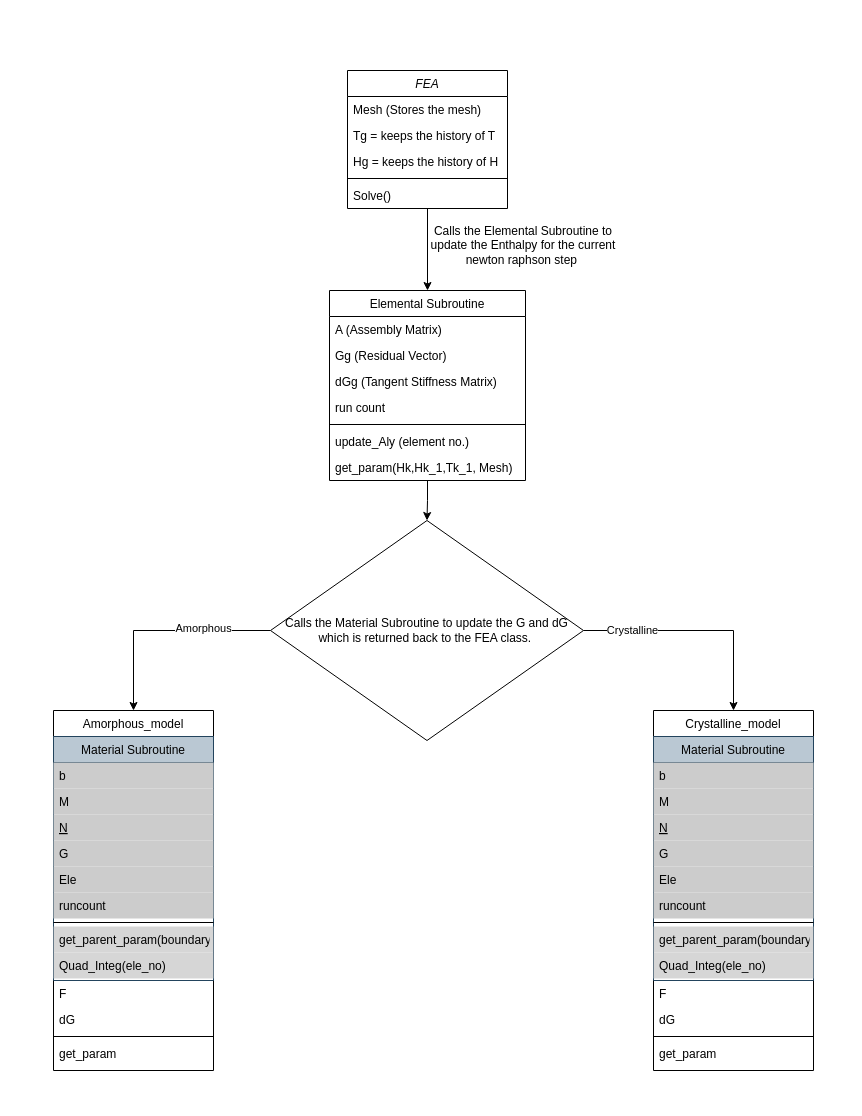
Earlier version of the draw.io diagram Over_View.drawio (okolekar/PPP). Source tidied: cells renumbered, new cells numbered last; positions are measured from the earlier drawing's top-left corner, leaving out a move shared by most shapes. Both pictures are drawn from the tidied source at 100%, with x=0, y=0 at pixel (53, 70).
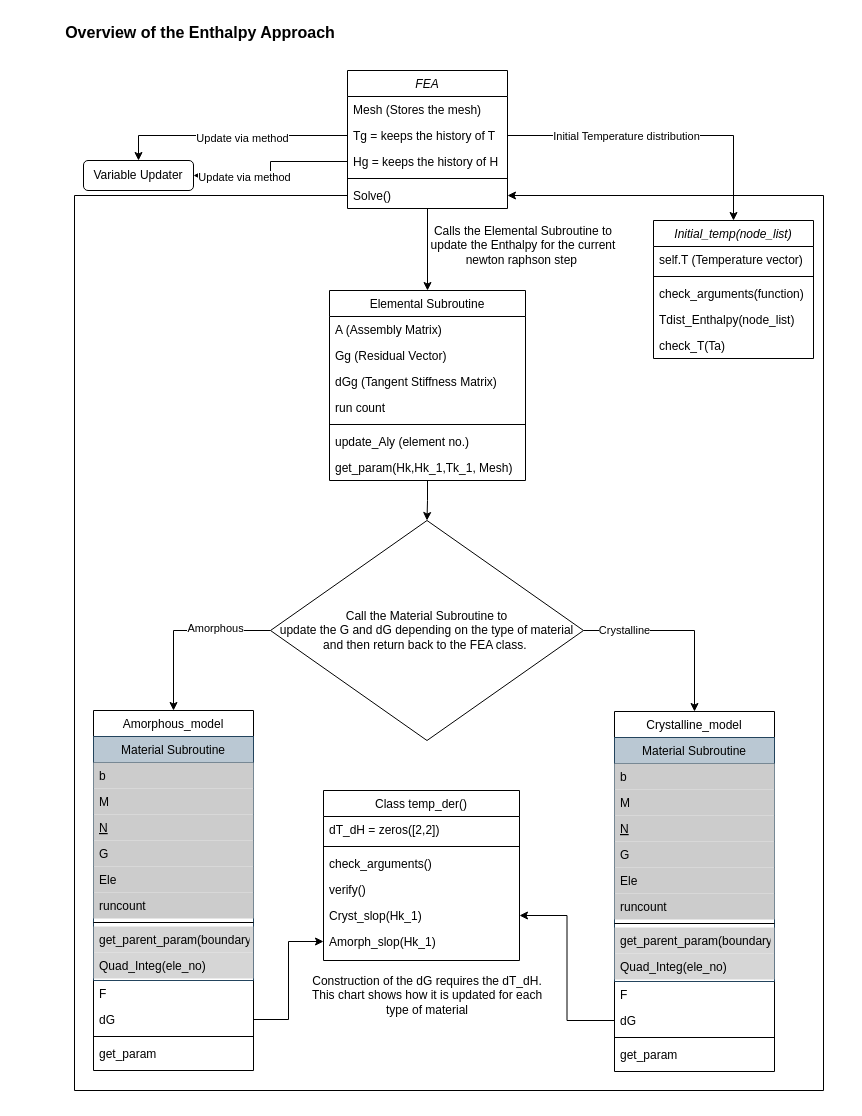
The same diagram, later.

The change refers to these unchanged cells:
```xml
<mxCell id="21" value="dG" style="text;align=left;verticalAlign=top;spacingLeft=4;spacingRight=4;overflow=hidden;points=[[0,0.5],[1,0.5]];portConstraint=eastwest;rounded=0;shadow=0;html=0;" parent="9" vertex="1">
  <mxGeometry y="296" width="160" height="26" as="geometry" />
</mxCell>
<mxCell id="46" value="dG" style="text;align=left;verticalAlign=top;spacingLeft=4;spacingRight=4;overflow=hidden;points=[[0,0.5],[1,0.5]];portConstraint=eastwest;rounded=0;shadow=0;html=0;" parent="34" vertex="1">
  <mxGeometry y="296" width="160" height="26" as="geometry" />
</mxCell>
```

Change to the diagram source:
```diff
@@
-    <mxCell id="3" value="FEA" style="swimlane;fontStyle=2;align=center;verticalAlign=top;horizontal=1;startSize=26;rounded=0;shadow=0;strokeWidth=1;" parent="1" vertex="1">
-      <mxGeometry x="294" width="160" height="138" as="geometry" />
-    </mxCell>
-    <mxCell id="4" value="Mesh (Stores the mesh)" style="text;align=left;verticalAlign=top;spacingLeft=4;spacingRight=4;overflow=hidden;" parent="3" vertex="1">
-      <mxGeometry y="26" width="160" height="26" as="geometry" />
-    </mxCell>
-    <mxCell id="5" value="Tg = keeps the history of T" style="text;align=left;verticalAlign=top;spacingLeft=4;spacingRight=4;overflow=hidden;points=[[0,0.5],[1,0.5]];portConstraint=eastwest;rounded=0;shadow=0;html=0;" parent="3" vertex="1">
-      <mxGeometry y="52" width="160" height="26" as="geometry" />
-    </mxCell>
-    <mxCell id="6" value="Hg = keeps the history of H" style="text;align=left;verticalAlign=top;spacingLeft=4;spacingRight=4;overflow=hidden;points=[[0,0.5],[1,0.5]];portConstraint=eastwest;rounded=0;shadow=0;html=0;" parent="3" vertex="1">
-      <mxGeometry y="78" width="160" height="26" as="geometry" />
-    </mxCell>
-    <mxCell id="7" style="line;html=1;strokeWidth=1;align=left;verticalAlign=middle;spacingTop=-1;spacingLeft=3;spacingRight=3;labelPosition=right;" parent="3" vertex="1">
-      <mxGeometry y="104" width="160" height="8" as="geometry" />
-    </mxCell>
-    <mxCell id="8" value="Solve()" style="text;align=left;verticalAlign=top;spacingLeft=4;spacingRight=4;overflow=hidden;points=[[0,0.5],[1,0.5]];portConstraint=eastwest;" parent="3" vertex="1">
-      <mxGeometry y="112" width="160" height="26" as="geometry" />
-    </mxCell>
     <mxCell id="9" value="Amorphous_model" style="swimlane;fontStyle=0;align=center;verticalAlign=top;horizontal=1;startSize=26;rounded=0;shadow=0;strokeWidth=1;" parent="1" vertex="1">
-      <mxGeometry y="640" width="160" height="360" as="geometry" />
+      <mxGeometry x="40" y="640" width="160" height="360" as="geometry" />
     </mxCell>
@@
     <mxCell id="34" value="Crystalline_model" style="swimlane;fontStyle=0;align=center;verticalAlign=top;horizontal=1;startSize=26;rounded=0;shadow=0;strokeWidth=1;" parent="1" vertex="1">
-      <mxGeometry x="600" y="640" width="160" height="360" as="geometry" />
+      <mxGeometry x="561" y="641" width="160" height="360" as="geometry" />
     </mxCell>
@@
-    <mxCell id="53" value="Calls the Material Subroutine to update the G and dG which is returned back to the FEA class.&amp;nbsp;" style="rhombus;whiteSpace=wrap;html=1;" parent="1" vertex="1">
+    <mxCell id="53" value="Call the Material Subroutine to &lt;br&gt;update the G and dG depending on the type of material and then return back to the FEA class.&amp;nbsp;" style="rhombus;whiteSpace=wrap;html=1;" parent="1" vertex="1">
       <mxGeometry x="217" y="450" width="313" height="220" as="geometry" />
     </mxCell>
+    <mxCell id="54" style="edgeStyle=orthogonalEdgeStyle;rounded=0;jettySize=auto;html=1;entryX=0.5;entryY=0;entryDx=0;entryDy=0;" parent="1" edge="1" source="5" target="62">
+      <mxGeometry relative="1" as="geometry" />
+    </mxCell>
+    <mxCell id="55" value="Initial Temperature distribution" style="edgeLabel;html=1;align=center;verticalAlign=middle;" parent="54" vertex="1">
+      <mxGeometry x="-0.62" y="1" relative="1" as="geometry">
+        <mxPoint x="59" y="1" as="offset" />
+      </mxGeometry>
+    </mxCell>
+    <mxCell id="56" value="Variable Updater" style="rounded=1;whiteSpace=wrap;html=1;" parent="1" vertex="1">
+      <mxGeometry x="30" y="90" width="110" height="30" as="geometry" />
+    </mxCell>
+    <mxCell id="57" style="edgeStyle=orthogonalEdgeStyle;rounded=0;jettySize=auto;html=1;entryX=0.5;entryY=0;entryDx=0;entryDy=0;" parent="1" edge="1" source="5" target="56">
+      <mxGeometry relative="1" as="geometry" />
+    </mxCell>
+    <mxCell id="58" value="Update via method" style="edgeLabel;html=1;align=center;verticalAlign=middle;" parent="57" vertex="1">
+      <mxGeometry x="-0.09" y="2" relative="1" as="geometry" />
+    </mxCell>
+    <mxCell id="59" style="edgeStyle=orthogonalEdgeStyle;rounded=0;jettySize=auto;html=1;exitX=0;exitY=0.5;exitDx=0;exitDy=0;entryX=1;entryY=0.5;entryDx=0;entryDy=0;" parent="1" edge="1" source="6" target="56">
+      <mxGeometry relative="1" as="geometry" />
+    </mxCell>
+    <mxCell id="60" value="Update via method" style="edgeLabel;html=1;align=center;verticalAlign=middle;" parent="59" vertex="1">
+      <mxGeometry x="0.4" y="1" relative="1" as="geometry" />
+    </mxCell>
+    <mxCell id="3" value="FEA" style="swimlane;fontStyle=2;align=center;verticalAlign=top;horizontal=1;startSize=26;rounded=0;shadow=0;strokeWidth=1;" parent="1" vertex="1">
+      <mxGeometry x="294" width="160" height="138" as="geometry" />
+    </mxCell>
+    <mxCell id="4" value="Mesh (Stores the mesh)" style="text;align=left;verticalAlign=top;spacingLeft=4;spacingRight=4;overflow=hidden;" parent="3" vertex="1">
+      <mxGeometry y="26" width="160" height="26" as="geometry" />
+    </mxCell>
+    <mxCell id="5" value="Tg = keeps the history of T" style="text;align=left;verticalAlign=top;spacingLeft=4;spacingRight=4;overflow=hidden;points=[[0,0.5],[1,0.5]];portConstraint=eastwest;rounded=0;shadow=0;html=0;" parent="3" vertex="1">
+      <mxGeometry y="52" width="160" height="26" as="geometry" />
+    </mxCell>
+    <mxCell id="6" value="Hg = keeps the history of H" style="text;align=left;verticalAlign=top;spacingLeft=4;spacingRight=4;overflow=hidden;points=[[0,0.5],[1,0.5]];portConstraint=eastwest;rounded=0;shadow=0;html=0;" parent="3" vertex="1">
+      <mxGeometry y="78" width="160" height="26" as="geometry" />
+    </mxCell>
+    <mxCell id="7" style="line;html=1;strokeWidth=1;align=left;verticalAlign=middle;spacingTop=-1;spacingLeft=3;spacingRight=3;labelPosition=right;" parent="3" vertex="1">
+      <mxGeometry y="104" width="160" height="8" as="geometry" />
+    </mxCell>
+    <mxCell id="8" value="Solve()" style="text;align=left;verticalAlign=top;spacingLeft=4;spacingRight=4;overflow=hidden;points=[[0,0.5],[1,0.5]];portConstraint=eastwest;" parent="3" vertex="1">
+      <mxGeometry y="112" width="160" height="26" as="geometry" />
+    </mxCell>
+    <mxCell id="61" style="edgeStyle=orthogonalEdgeStyle;rounded=0;orthogonalLoop=1;jettySize=auto;html=1;exitX=0;exitY=0.5;exitDx=0;exitDy=0;entryX=1;entryY=0.5;entryDx=0;entryDy=0;" parent="3" edge="1" source="8" target="8">
+      <mxGeometry relative="1" as="geometry">
+        <Array as="points">
+          <mxPoint x="-273" y="125" />
+          <mxPoint x="-273" y="1020" />
+          <mxPoint x="476" y="1020" />
+          <mxPoint x="476" y="125" />
+        </Array>
+      </mxGeometry>
+    </mxCell>
+    <mxCell id="62" value="Initial_temp(node_list)" style="swimlane;fontStyle=2;align=center;verticalAlign=top;horizontal=1;startSize=26;rounded=0;shadow=0;strokeWidth=1;" parent="1" vertex="1">
+      <mxGeometry x="600" y="150" width="160" height="138" as="geometry" />
+    </mxCell>
+    <mxCell id="63" value="self.T (Temperature vector)" style="text;align=left;verticalAlign=top;spacingLeft=4;spacingRight=4;overflow=hidden;" parent="62" vertex="1">
+      <mxGeometry y="26" width="160" height="26" as="geometry" />
+    </mxCell>
+    <mxCell id="64" style="line;html=1;strokeWidth=1;align=left;verticalAlign=middle;spacingTop=-1;spacingLeft=3;spacingRight=3;labelPosition=right;" parent="62" vertex="1">
+      <mxGeometry y="52" width="160" height="8" as="geometry" />
+    </mxCell>
+    <mxCell id="65" value="check_arguments(function)" style="text;align=left;verticalAlign=top;spacingLeft=4;spacingRight=4;overflow=hidden;rounded=0;shadow=0;html=0;" parent="62" vertex="1">
+      <mxGeometry y="60" width="160" height="26" as="geometry" />
+    </mxCell>
+    <mxCell id="66" value="Tdist_Enthalpy(node_list)" style="text;align=left;verticalAlign=top;spacingLeft=4;spacingRight=4;overflow=hidden;rounded=0;shadow=0;html=0;" parent="62" vertex="1">
+      <mxGeometry y="86" width="160" height="26" as="geometry" />
+    </mxCell>
+    <mxCell id="67" value="check_T(Ta)" style="text;align=left;verticalAlign=top;spacingLeft=4;spacingRight=4;overflow=hidden;" parent="62" vertex="1">
+      <mxGeometry y="112" width="160" height="26" as="geometry" />
+    </mxCell>
+    <mxCell id="68" value="Class temp_der()" style="swimlane;fontStyle=0;align=center;verticalAlign=top;horizontal=1;startSize=26;rounded=0;shadow=0;strokeWidth=1;" parent="1" vertex="1">
+      <mxGeometry x="270" y="720" width="196" height="170" as="geometry" />
+    </mxCell>
+    <mxCell id="69" value="dT_dH = zeros([2,2])" style="text;align=left;verticalAlign=top;spacingLeft=4;spacingRight=4;overflow=hidden;" parent="68" vertex="1">
+      <mxGeometry y="26" width="196" height="26" as="geometry" />
+    </mxCell>
+    <mxCell id="70" style="line;html=1;strokeWidth=1;align=left;verticalAlign=middle;spacingTop=-1;spacingLeft=3;spacingRight=3;labelPosition=right;" parent="68" vertex="1">
+      <mxGeometry y="52" width="196" height="8" as="geometry" />
+    </mxCell>
+    <mxCell id="71" value="check_arguments()" style="text;align=left;verticalAlign=top;spacingLeft=4;spacingRight=4;overflow=hidden;" parent="68" vertex="1">
+      <mxGeometry y="60" width="196" height="26" as="geometry" />
+    </mxCell>
+    <mxCell id="72" value="verify()" style="text;align=left;verticalAlign=top;spacingLeft=4;spacingRight=4;overflow=hidden;" parent="68" vertex="1">
+      <mxGeometry y="86" width="196" height="26" as="geometry" />
+    </mxCell>
+    <mxCell id="73" value="Cryst_slop(Hk_1)" style="text;align=left;verticalAlign=top;spacingLeft=4;spacingRight=4;overflow=hidden;points=[[0,0.5],[1,0.5]];portConstraint=eastwest;rounded=0;shadow=0;html=0;" parent="68" vertex="1">
+      <mxGeometry y="112" width="196" height="26" as="geometry" />
+    </mxCell>
+    <mxCell id="74" value="Amorph_slop(Hk_1)" style="text;align=left;verticalAlign=top;spacingLeft=4;spacingRight=4;overflow=hidden;points=[[0,0.5],[1,0.5]];portConstraint=eastwest;rounded=0;shadow=0;html=0;" parent="68" vertex="1">
+      <mxGeometry y="138" width="196" height="26" as="geometry" />
+    </mxCell>
+    <mxCell id="75" style="edgeStyle=orthogonalEdgeStyle;rounded=0;jettySize=auto;html=1;entryX=0;entryY=0.5;entryDx=0;entryDy=0;" parent="1" edge="1" source="21" target="74">
+      <mxGeometry relative="1" as="geometry" />
+    </mxCell>
+    <mxCell id="76" style="edgeStyle=orthogonalEdgeStyle;rounded=0;jettySize=auto;html=1;exitX=0;exitY=0.5;exitDx=0;exitDy=0;entryX=1;entryY=0.5;entryDx=0;entryDy=0;" parent="1" edge="1" source="46" target="73">
+      <mxGeometry relative="1" as="geometry" />
+    </mxCell>
+    <mxCell id="77" value="&lt;b&gt;&lt;font style=&quot;font-size: 16px;&quot;&gt;Overview of the Enthalpy Approach&lt;/font&gt;&lt;/b&gt;" style="text;html=1;strokeColor=none;fillColor=none;align=center;verticalAlign=middle;whiteSpace=wrap;rounded=0;" parent="1" vertex="1">
+      <mxGeometry x="-36" y="-53" width="366" height="30" as="geometry" />
+    </mxCell>
+    <mxCell id="78" value="Construction of the dG requires the dT_dH. This chart shows how it is updated for each type of material" style="text;html=1;strokeColor=none;fillColor=none;align=center;verticalAlign=middle;whiteSpace=wrap;rounded=0;" parent="1" vertex="1">
+      <mxGeometry x="257" y="897" width="234" height="56" as="geometry" />
+    </mxCell>
```
